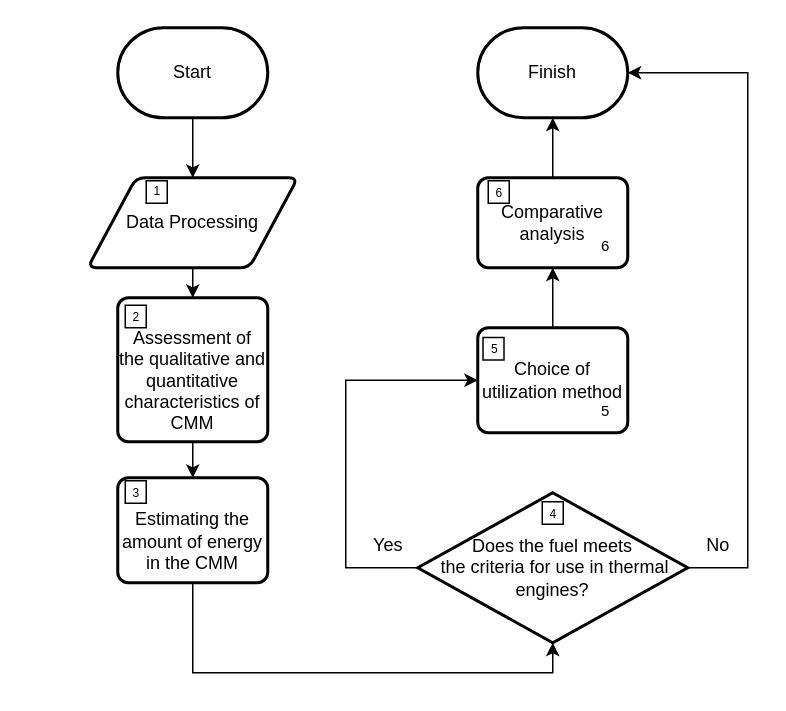
The draw.io diagram Диаграмма без названия.drawio in Randyrofed/CMM, before the edit. Source tidied: cells renumbered, new cells numbered last; positions are measured from the earlier drawing's top-left corner, leaving out a move shared by most shapes. Both pictures are drawn from the tidied source at 150%, with x=0, y=0 at pixel (87, 27).
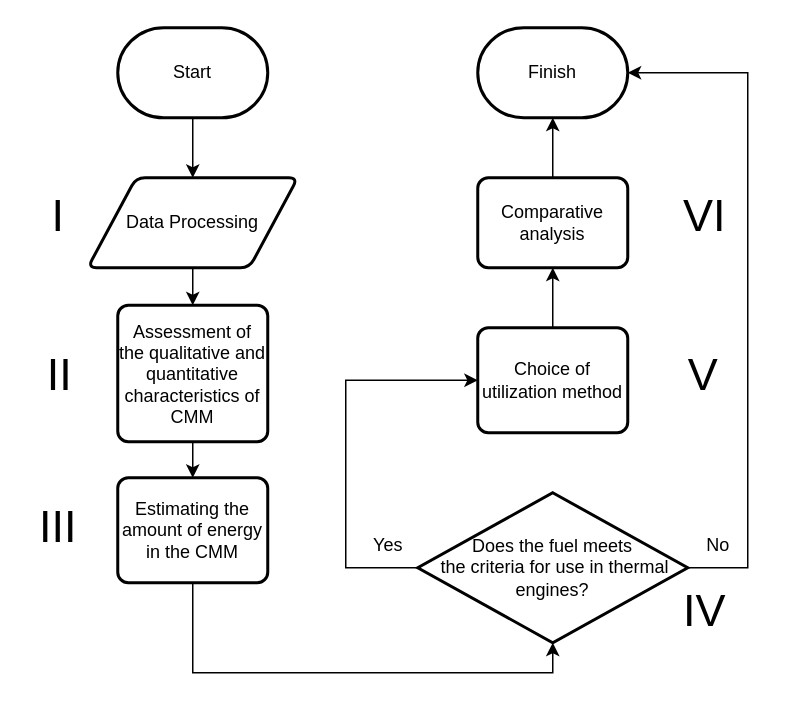
The same page after the edit.

What changed in the source:
```diff
@@
-    <mxCell id="7" value="&lt;br&gt;Assessment of the qualitative and quantitative characteristics of CMM" style="rounded=1;whiteSpace=wrap;html=1;absoluteArcSize=1;arcSize=14;strokeWidth=2;" parent="1" vertex="1">
-      <mxGeometry x="20" y="180" width="100" height="96" as="geometry" />
+    <mxCell id="7" value="Assessment of the qualitative and quantitative characteristics of CMM" style="rounded=1;whiteSpace=wrap;html=1;absoluteArcSize=1;arcSize=14;strokeWidth=2;" parent="1" vertex="1">
+      <mxGeometry x="20" y="185" width="100" height="91" as="geometry" />
     </mxCell>
@@
-    <mxCell id="9" value="&lt;br&gt;Estimating the amount of energy in the CMM" style="rounded=1;whiteSpace=wrap;html=1;absoluteArcSize=1;arcSize=14;strokeWidth=2;" parent="1" vertex="1">
+    <mxCell id="9" value="Estimating the amount of energy in the CMM" style="rounded=1;whiteSpace=wrap;html=1;absoluteArcSize=1;arcSize=14;strokeWidth=2;" parent="1" vertex="1">
       <mxGeometry x="20" y="300" width="100" height="70" as="geometry" />
     </mxCell>
@@
-    <mxCell id="20" value="&lt;font style=&quot;font-size: 10px;&quot;&gt;5&lt;/font&gt;" style="text;html=1;align=center;verticalAlign=middle;fillColor=none;strokeColor=none;rounded=0;" parent="1" vertex="1">
-      <mxGeometry x="330" y="240" width="30" height="30" as="geometry" />
-    </mxCell>
-    <mxCell id="21" value="&lt;font style=&quot;font-size: 10px;&quot;&gt;6&lt;/font&gt;" style="text;html=1;align=center;verticalAlign=middle;fillColor=none;strokeColor=none;rounded=0;" parent="1" vertex="1">
-      <mxGeometry x="330" y="130" width="30" height="30" as="geometry" />
-    </mxCell>
-    <mxCell id="22" style="whiteSpace=wrap;html=1;strokeColor=default;strokeWidth=1;fontSize=8;fillColor=none;" parent="1" vertex="1">
-      <mxGeometry x="39" y="102" width="14" height="15" as="geometry" />
-    </mxCell>
-    <mxCell id="23" value="1" style="text;html=1;align=center;verticalAlign=middle;fillColor=none;strokeColor=none;rounded=0;strokeWidth=1;fontSize=8;" parent="1" vertex="1">
-      <mxGeometry x="35.5" y="94.5" width="21" height="28" as="geometry" />
-    </mxCell>
-    <mxCell id="24" style="whiteSpace=wrap;html=1;strokeColor=default;strokeWidth=1;fontSize=8;fillColor=none;" parent="1" vertex="1">
-      <mxGeometry x="267" y="102" width="14" height="15" as="geometry" />
-    </mxCell>
-    <mxCell id="25" style="whiteSpace=wrap;html=1;strokeColor=default;strokeWidth=1;fontSize=8;fillColor=none;" parent="1" vertex="1">
-      <mxGeometry x="263.5" y="206.5" width="14" height="15" as="geometry" />
-    </mxCell>
-    <mxCell id="26" style="whiteSpace=wrap;html=1;strokeColor=default;strokeWidth=1;fontSize=8;fillColor=none;" parent="1" vertex="1">
-      <mxGeometry x="303" y="316" width="14" height="15" as="geometry" />
-    </mxCell>
-    <mxCell id="27" style="whiteSpace=wrap;html=1;strokeColor=default;strokeWidth=1;fontSize=8;fillColor=none;" parent="1" vertex="1">
-      <mxGeometry x="25" y="302" width="14" height="15" as="geometry" />
-    </mxCell>
-    <mxCell id="28" style="whiteSpace=wrap;html=1;strokeColor=default;strokeWidth=1;fontSize=8;fillColor=none;" parent="1" vertex="1">
-      <mxGeometry x="25" y="185" width="14" height="15" as="geometry" />
-    </mxCell>
-    <mxCell id="29" value="2" style="text;html=1;align=center;verticalAlign=middle;fillColor=none;strokeColor=none;rounded=0;strokeWidth=1;fontSize=8;" parent="1" vertex="1">
-      <mxGeometry x="21.5" y="178.5" width="21" height="28" as="geometry" />
-    </mxCell>
-    <mxCell id="30" value="3" style="text;html=1;align=center;verticalAlign=middle;fillColor=none;strokeColor=none;rounded=0;strokeWidth=1;fontSize=8;" parent="1" vertex="1">
-      <mxGeometry x="21.5" y="295.5" width="21" height="28" as="geometry" />
-    </mxCell>
-    <mxCell id="31" value="6" style="text;html=1;align=center;verticalAlign=middle;fillColor=none;strokeColor=none;rounded=0;strokeWidth=1;fontSize=8;" parent="1" vertex="1">
-      <mxGeometry x="263.5" y="95.5" width="21" height="28" as="geometry" />
-    </mxCell>
-    <mxCell id="32" value="5" style="text;html=1;align=center;verticalAlign=middle;fillColor=none;strokeColor=none;rounded=0;strokeWidth=1;fontSize=8;" parent="1" vertex="1">
-      <mxGeometry x="260" y="200" width="21" height="28" as="geometry" />
-    </mxCell>
-    <mxCell id="33" value="4" style="text;html=1;align=center;verticalAlign=middle;fillColor=none;strokeColor=none;rounded=0;strokeWidth=1;fontSize=8;" parent="1" vertex="1">
-      <mxGeometry x="299.5" y="310" width="21" height="28" as="geometry" />
-    </mxCell>
+    <mxCell id="34" value="&lt;font style=&quot;font-size: 30px;&quot;&gt;I&lt;/font&gt;" style="text;html=1;align=center;verticalAlign=middle;fillColor=none;strokeColor=none;rounded=0;strokeWidth=1;fontSize=8;" parent="1" vertex="1">
+      <mxGeometry x="-34" y="97" width="28" height="56" as="geometry" />
+    </mxCell>
+    <mxCell id="35" value="&lt;font style=&quot;font-size: 30px;&quot;&gt;I&lt;/font&gt;&lt;span style=&quot;font-size: 30px;&quot;&gt;I&lt;/span&gt;" style="text;html=1;align=center;verticalAlign=middle;fillColor=none;strokeColor=none;rounded=0;strokeWidth=1;fontSize=8;" parent="1" vertex="1">
+      <mxGeometry x="-37" y="202.5" width="35" height="56" as="geometry" />
+    </mxCell>
+    <mxCell id="36" value="&lt;font style=&quot;font-size: 30px;&quot;&gt;I&lt;/font&gt;&lt;span style=&quot;font-size: 30px;&quot;&gt;I&lt;/span&gt;&lt;span style=&quot;font-size: 30px;&quot;&gt;I&lt;/span&gt;" style="text;html=1;align=center;verticalAlign=middle;fillColor=none;strokeColor=none;rounded=0;strokeWidth=1;fontSize=8;" parent="1" vertex="1">
+      <mxGeometry x="-41" y="304" width="42" height="56" as="geometry" />
+    </mxCell>
+    <mxCell id="37" value="&lt;font style=&quot;font-size: 30px;&quot;&gt;VI&lt;/font&gt;" style="text;html=1;align=center;verticalAlign=middle;fillColor=none;strokeColor=none;rounded=0;strokeWidth=1;fontSize=8;" parent="1" vertex="1">
+      <mxGeometry x="386" y="97" width="49" height="56" as="geometry" />
+    </mxCell>
+    <mxCell id="38" value="&lt;font style=&quot;font-size: 30px;&quot;&gt;V&lt;/font&gt;" style="text;html=1;align=center;verticalAlign=middle;fillColor=none;strokeColor=none;rounded=0;strokeWidth=1;fontSize=8;" parent="1" vertex="1">
+      <mxGeometry x="389" y="202.5" width="42" height="56" as="geometry" />
+    </mxCell>
+    <mxCell id="39" value="&lt;font style=&quot;font-size: 30px;&quot;&gt;IV&lt;/font&gt;" style="text;html=1;align=center;verticalAlign=middle;fillColor=none;strokeColor=none;rounded=0;strokeWidth=1;fontSize=8;" parent="1" vertex="1">
+      <mxGeometry x="386" y="360" width="49" height="56" as="geometry" />
+    </mxCell>
```
